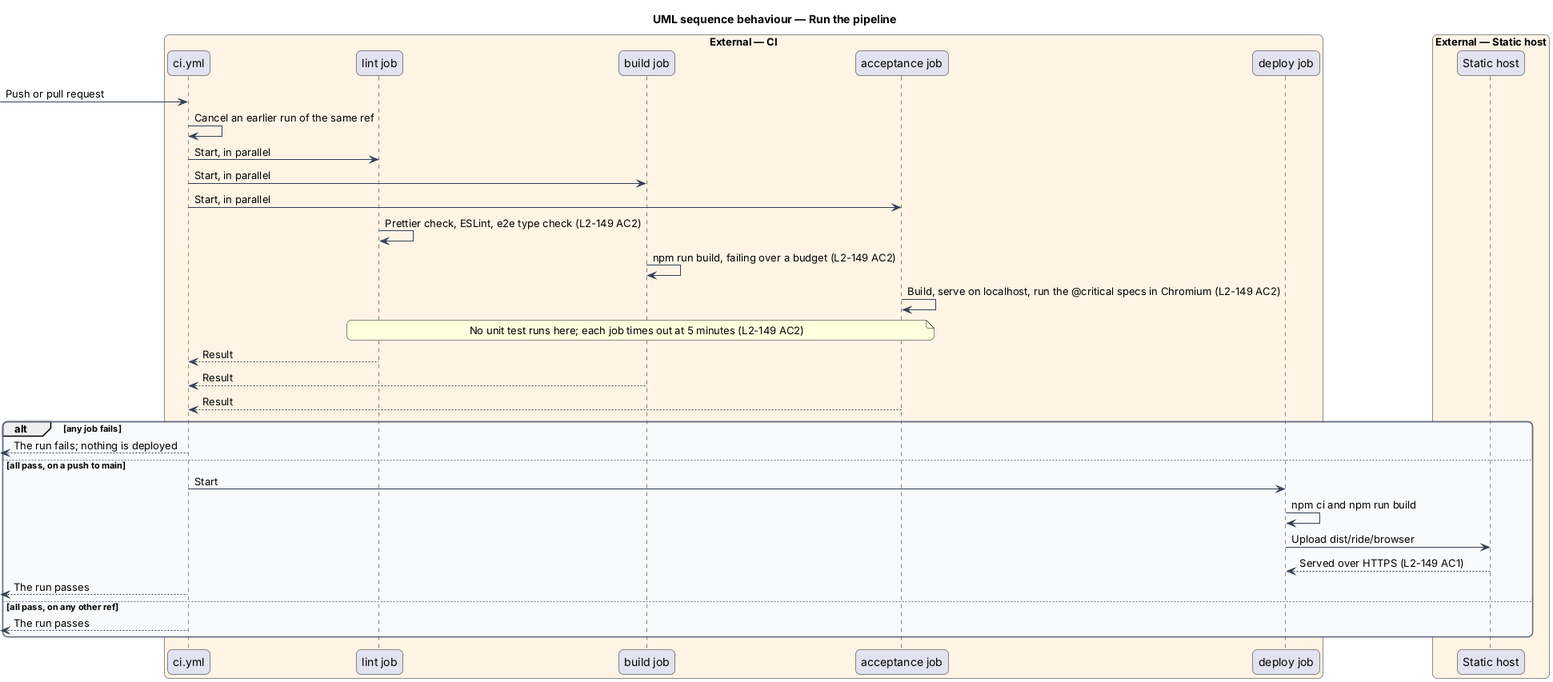
Earlier version of the PlantUML export docs/detailed-designs/platform/host-and-deliver/diagrams/sequence-run-the-pipeline.png (QuinntyneBrown/ride-one). Its diagram source:
```plantuml
@startuml
title UML sequence behaviour — Run the pipeline
skinparam backgroundColor #FFFFFF
skinparam shadowing false
skinparam roundcorner 12
skinparam defaultFontName Arial
skinparam ArrowColor #344054
skinparam rectangle {
  BorderColor #344054
  FontColor #101828
}
skinparam package {
  BorderColor #667085
  FontColor #101828
  BackgroundColor #F9FAFB
}
box "External — CI" #FFF4E5
  participant "ci.yml" as ci
  participant "lint job" as lint
  participant "build job" as build
  participant "acceptance job" as accept
  participant "deploy job" as deploy
end box
box "External — Static host" #FFF4E5
  participant "Static host" as host
end box
[-> ci : Push or pull request
ci -> ci : Cancel an earlier run of the same ref
ci -> lint : Start, in parallel
ci -> build : Start, in parallel
ci -> accept : Start, in parallel
lint -> lint : Prettier check, ESLint, e2e type check (L2-149 AC2)
build -> build : npm run build, failing over a budget (L2-149 AC2)
accept -> accept : Build, serve on localhost, run the @critical specs in Chromium (L2-149 AC2)
note over lint, accept : No unit test runs here; each job times out at 5 minutes (L2-149 AC2)
lint --> ci : Result
build --> ci : Result
accept --> ci : Result
alt any job fails
  [<-- ci : The run fails; nothing is deployed
else all pass, on a push to main
  ci -> deploy : Start
  deploy -> deploy : npm ci and npm run build
  deploy -> host : Upload dist/ride/browser
  host --> deploy : Served over HTTPS (L2-149 AC1)
  [<-- ci : The run passes
else all pass, on any other ref
  [<-- ci : The run passes
end
@enduml
```
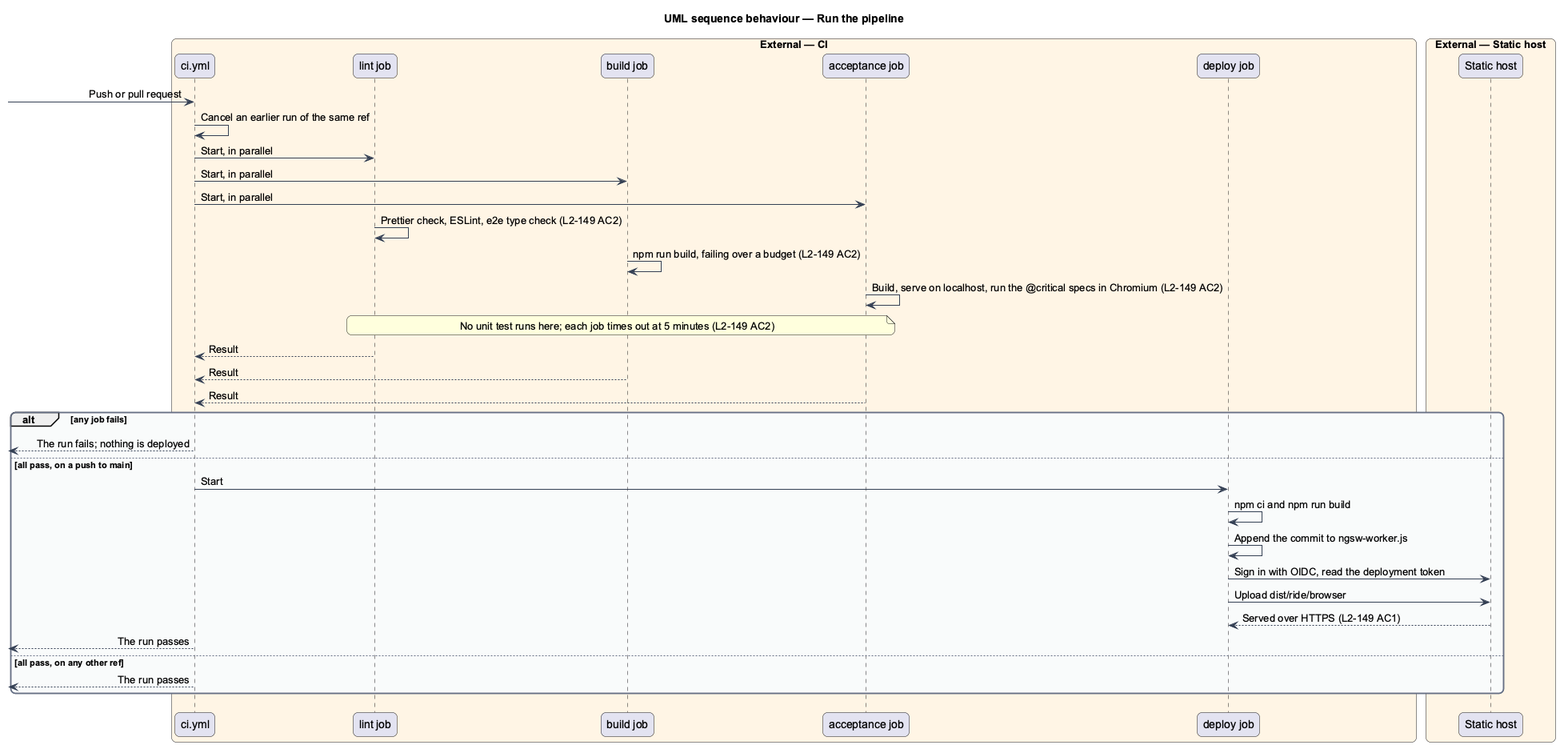
After the commit.

What changed in the source:
```diff
@@ -41,6 +41,8 @@
 else all pass, on a push to main
   ci -> deploy : Start
   deploy -> deploy : npm ci and npm run build
+  deploy -> deploy : Append the commit to ngsw-worker.js
+  deploy -> host : Sign in with OIDC, read the deployment token
   deploy -> host : Upload dist/ride/browser
   host --> deploy : Served over HTTPS (L2-149 AC1)
   [<-- ci : The run passes
```
